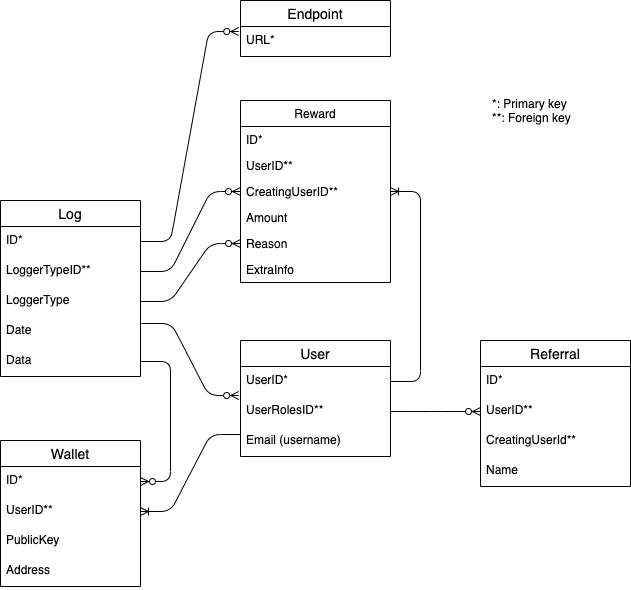
This is docs/images/dbase.png from minima-global/incentivecash, a draw.io export, as it was before one commit. Source tidied: cells renumbered, new cells last; positions are measured from the earlier drawing's top-left corner, leaving out a move shared by most shapes.
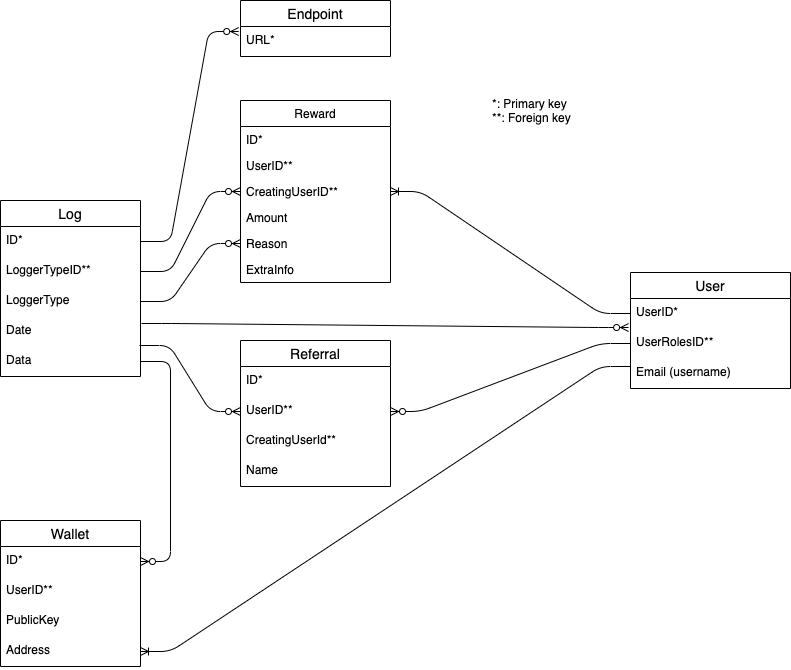
Above is the later version.

Commit message:
dbase redesign

Diff of the diagram source:
```diff
@@ -3,16 +3,16 @@
     <mxCell id="0" />
     <mxCell id="1" parent="0" />
     <mxCell id="2" value="User" style="swimlane;fontStyle=0;horizontal=1;startSize=26;align=center;fontSize=14;" parent="1" vertex="1">
-      <mxGeometry x="240" y="340" width="150" height="116" as="geometry" />
+      <mxGeometry x="630" y="272" width="160" height="116" as="geometry" />
     </mxCell>
     <mxCell id="3" value="UserID*" style="text;strokeColor=none;fillColor=none;spacingLeft=4;spacingRight=4;overflow=hidden;points=[[0,0.5],[1,0.5]];portConstraint=eastwest;fontSize=12;" parent="2" vertex="1">
-      <mxGeometry y="26" width="150" height="30" as="geometry" />
+      <mxGeometry y="26" width="160" height="30" as="geometry" />
     </mxCell>
     <mxCell id="4" value="UserRolesID**" style="text;strokeColor=none;fillColor=none;spacingLeft=4;spacingRight=4;overflow=hidden;points=[[0,0.5],[1,0.5]];portConstraint=eastwest;fontSize=12;" parent="2" vertex="1">
-      <mxGeometry y="56" width="150" height="30" as="geometry" />
+      <mxGeometry y="56" width="160" height="30" as="geometry" />
     </mxCell>
     <mxCell id="5" value="Email (username)" style="text;strokeColor=none;fillColor=none;spacingLeft=4;spacingRight=4;overflow=hidden;points=[[0,0.5],[1,0.5]];portConstraint=eastwest;fontSize=12;" parent="2" vertex="1">
-      <mxGeometry y="86" width="150" height="30" as="geometry" />
+      <mxGeometry y="86" width="160" height="30" as="geometry" />
     </mxCell>
     <mxCell id="6" value="Reward" style="swimlane;fontStyle=0;horizontal=1;startSize=26;fillColor=none;" parent="1" vertex="1">
       <mxGeometry x="240" y="100" width="150" height="182" as="geometry" />
@@ -36,7 +36,7 @@
       <mxGeometry y="156" width="150" height="26" as="geometry" />
     </mxCell>
     <mxCell id="13" value="Referral" style="swimlane;fontStyle=0;horizontal=1;startSize=26;align=center;fontSize=14;" parent="1" vertex="1">
-      <mxGeometry x="480" y="340" width="150" height="146" as="geometry" />
+      <mxGeometry x="240" y="340" width="150" height="146" as="geometry" />
     </mxCell>
     <mxCell id="14" value="ID*" style="text;strokeColor=none;fillColor=none;spacingLeft=4;spacingRight=4;overflow=hidden;fontSize=12;" parent="13" vertex="1">
       <mxGeometry y="26" width="150" height="30" as="geometry" />
@@ -50,10 +50,8 @@
     <mxCell id="17" value="Name" style="text;strokeColor=none;fillColor=none;spacingLeft=4;spacingRight=4;overflow=hidden;fontSize=12;" parent="13" vertex="1">
       <mxGeometry y="116" width="150" height="30" as="geometry" />
     </mxCell>
-    <mxCell id="18" style="edgeStyle=entityRelationEdgeStyle;fontSize=12;html=1;endArrow=ERzeroToMany;endFill=1;" parent="1" edge="1" target="15">
-      <mxGeometry relative="1" as="geometry">
-        <mxPoint x="390" y="411" as="sourcePoint" />
-      </mxGeometry>
+    <mxCell id="18" style="edgeStyle=entityRelationEdgeStyle;fontSize=12;html=1;endArrow=ERzeroToMany;endFill=1;exitX=0;exitY=0.5;exitDx=0;exitDy=0;" parent="1" edge="1" source="4" target="15">
+      <mxGeometry relative="1" as="geometry" />
     </mxCell>
     <mxCell id="19" style="edgeStyle=entityRelationEdgeStyle;fontSize=12;html=1;endArrow=ERoneToMany;" parent="1" edge="1" source="3" target="9">
       <mxGeometry relative="1" as="geometry" />
@@ -62,7 +60,7 @@
       <mxGeometry x="490" y="100" width="110" height="20" as="geometry" />
     </mxCell>
     <mxCell id="21" value="Wallet" style="swimlane;fontStyle=0;horizontal=1;startSize=26;align=center;fontSize=14;" parent="1" vertex="1">
-      <mxGeometry y="440" width="140" height="146" as="geometry" />
+      <mxGeometry y="520" width="140" height="146" as="geometry" />
     </mxCell>
     <mxCell id="22" value="ID*" style="text;strokeColor=none;fillColor=none;spacingLeft=4;spacingRight=4;overflow=hidden;points=[[0,0.5],[1,0.5]];portConstraint=eastwest;fontSize=12;" parent="21" vertex="1">
       <mxGeometry y="26" width="140" height="30" as="geometry" />
@@ -79,7 +77,7 @@
     <mxCell id="26" style="edgeStyle=orthogonalEdgeStyle;rounded=0;orthogonalLoop=1;jettySize=auto;html=1;exitX=1;exitY=0.5;exitDx=0;exitDy=0;" parent="21" edge="1" source="23" target="23">
       <mxGeometry relative="1" as="geometry" />
     </mxCell>
-    <mxCell id="27" style="edgeStyle=entityRelationEdgeStyle;fontSize=12;html=1;endArrow=ERoneToMany;exitX=0;exitY=0.267;exitDx=0;exitDy=0;exitPerimeter=0;" parent="1" edge="1" source="5" target="23">
+    <mxCell id="27" style="edgeStyle=entityRelationEdgeStyle;fontSize=12;html=1;endArrow=ERoneToMany;exitX=0;exitY=0.267;exitDx=0;exitDy=0;exitPerimeter=0;entryX=1;entryY=0.5;entryDx=0;entryDy=0;" parent="1" edge="1" source="5" target="25">
       <mxGeometry relative="1" as="geometry" />
     </mxCell>
     <mxCell id="28" value="Log" style="swimlane;fontStyle=0;horizontal=1;startSize=26;align=center;fontSize=14;" parent="1" vertex="1">
@@ -124,5 +122,8 @@
     <mxCell id="41" style="edgeStyle=entityRelationEdgeStyle;fontSize=12;html=1;endArrow=ERzeroToMany;endFill=1;exitX=1.007;exitY=0.233;exitDx=0;exitDy=0;entryX=-0.012;entryY=0.967;entryDx=0;entryDy=0;entryPerimeter=0;exitPerimeter=0;" parent="1" edge="1" source="32" target="3">
       <mxGeometry relative="1" as="geometry" />
     </mxCell>
+    <mxCell id="42" style="edgeStyle=entityRelationEdgeStyle;fontSize=12;html=1;endArrow=ERzeroToMany;endFill=1;exitX=0.993;exitY=0.967;exitDx=0;exitDy=0;exitPerimeter=0;" parent="1" edge="1" source="32" target="15">
+      <mxGeometry relative="1" as="geometry" />
+    </mxCell>
   </root>
 </mxGraphModel>
```
